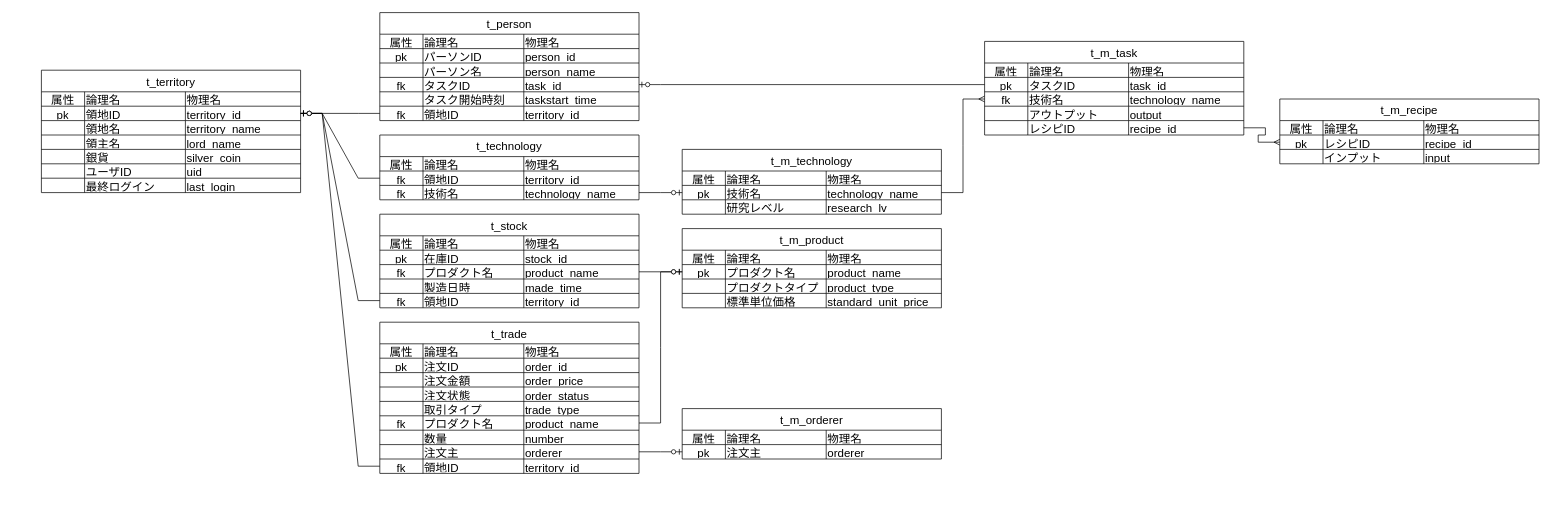
The draw.io diagram page "ER" (1 of 4) of table.drawio in T-Miyaoka/geeklog, before the edit. Source tidied: cells renumbered, new cells numbered last; positions are measured from the earlier drawing's top-left corner, leaving out a move shared by most shapes. Both pictures are drawn from the tidied source at 72%, with x=0, y=0 at pixel (41, 12).
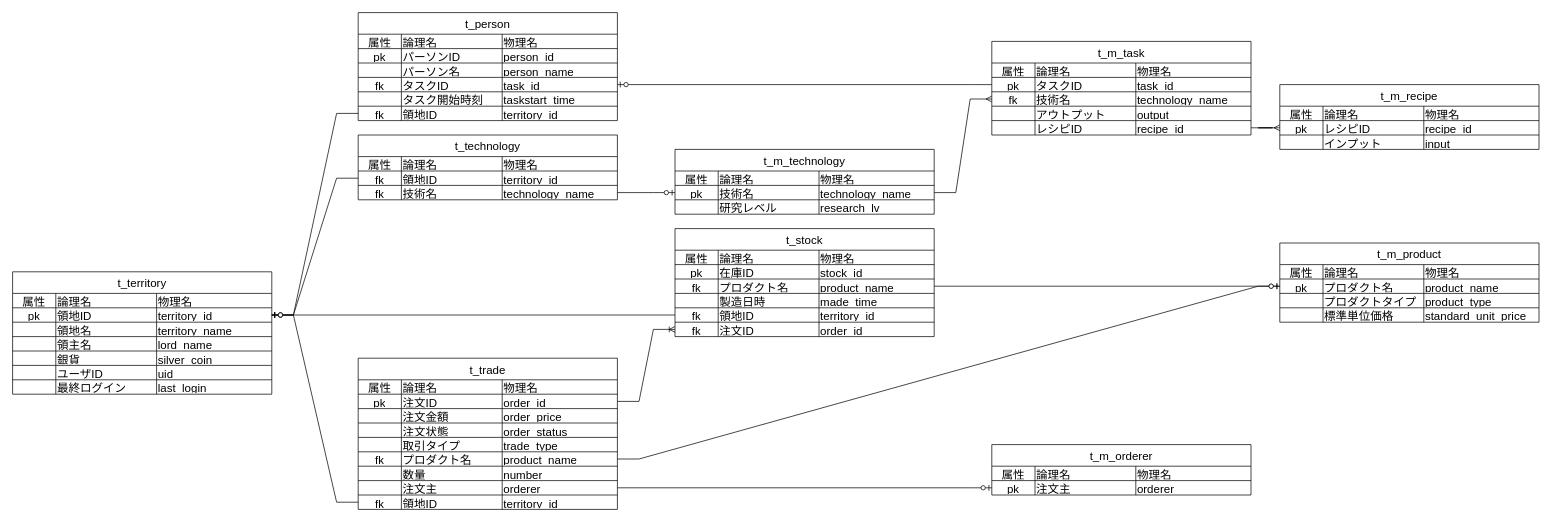
After the change.

The change refers to these unchanged cells:
```xml
<mxCell id="167" style="shape=tableRow;horizontal=0;startSize=0;swimlaneHead=0;swimlaneBody=0;strokeColor=inherit;top=0;left=0;bottom=0;right=0;fillColor=none;points=[[0,0.5],[1,0.5]];portConstraint=eastwest;fontSize=16;" parent="162" vertex="1">
  <mxGeometry y="50" width="360" height="20" as="geometry" />
</mxCell>
```

Diff of the diagram source:
```diff
@@
     <mxCell id="2" value="t_territory" style="shape=table;startSize=30;childLayout=tableLayout;strokeColor=default;fontSize=16;align=center;" parent="1" vertex="1">
-      <mxGeometry y="80" width="360" height="170" as="geometry" />
+      <mxGeometry x="-40" y="360" width="360" height="170" as="geometry" />
     </mxCell>
@@
     <mxCell id="31" value="t_m_technology" style="shape=table;startSize=30;childLayout=tableLayout;strokeColor=default;fontSize=16;align=center;" parent="1" vertex="1">
-      <mxGeometry x="890" y="190" width="360" height="90" as="geometry" />
+      <mxGeometry x="880" y="190" width="360" height="90" as="geometry" />
     </mxCell>
@@
     <mxCell id="45" value="t_technology" style="shape=table;startSize=30;childLayout=tableLayout;strokeColor=default;fontSize=16;align=center;" parent="1" vertex="1">
-      <mxGeometry x="470" y="170" width="360" height="90" as="geometry" />
+      <mxGeometry x="440" y="170" width="360" height="90" as="geometry" />
     </mxCell>
@@
     <mxCell id="60" value="t_stock" style="shape=table;startSize=30;childLayout=tableLayout;strokeColor=default;fontSize=16;align=center;" parent="1" vertex="1">
-      <mxGeometry x="470" y="280" width="360" height="130" as="geometry" />
+      <mxGeometry x="880" y="300" width="360" height="150" as="geometry" />
     </mxCell>
@@
+    <mxCell id="211" style="shape=tableRow;horizontal=0;startSize=0;swimlaneHead=0;swimlaneBody=0;strokeColor=inherit;top=0;left=0;bottom=0;right=0;fillColor=none;points=[[0,0.5],[1,0.5]];portConstraint=eastwest;fontSize=16;" parent="60" vertex="1">
+      <mxGeometry y="130" width="360" height="20" as="geometry" />
+    </mxCell>
+    <mxCell id="212" value="fk" style="shape=partialRectangle;html=1;whiteSpace=wrap;strokeColor=inherit;overflow=hidden;fillColor=none;top=0;left=0;bottom=0;right=0;fontSize=16;" parent="211" vertex="1">
+      <mxGeometry width="60" height="20" as="geometry" />
+    </mxCell>
+    <mxCell id="213" value="注文ID" style="shape=partialRectangle;html=1;whiteSpace=wrap;strokeColor=inherit;overflow=hidden;fillColor=none;top=0;left=0;bottom=0;right=0;fontSize=16;align=left;" parent="211" vertex="1">
+      <mxGeometry x="60" width="140" height="20" as="geometry" />
+    </mxCell>
+    <mxCell id="214" value="order_id" style="shape=partialRectangle;html=1;whiteSpace=wrap;strokeColor=inherit;overflow=hidden;fillColor=none;top=0;left=0;bottom=0;right=0;fontSize=16;align=left;" parent="211" vertex="1">
+      <mxGeometry x="200" width="160" height="20" as="geometry" />
+    </mxCell>
     <mxCell id="81" value="t_person" style="shape=table;startSize=30;childLayout=tableLayout;strokeColor=default;fontSize=16;align=center;" parent="1" vertex="1">
-      <mxGeometry x="470" width="360" height="150" as="geometry" />
+      <mxGeometry x="440" width="360" height="150" as="geometry" />
     </mxCell>
@@
     <mxCell id="107" value="t_m_recipe" style="shape=table;startSize=30;childLayout=tableLayout;strokeColor=default;fontSize=16;align=center;" parent="1" vertex="1">
-      <mxGeometry x="1720" y="120" width="360" height="90" as="geometry" />
+      <mxGeometry x="1720" y="100" width="360" height="90" as="geometry" />
     </mxCell>
@@
     <mxCell id="120" value="t_m_task" style="shape=table;startSize=30;childLayout=tableLayout;strokeColor=default;fontSize=16;align=center;" parent="1" vertex="1">
-      <mxGeometry x="1310" y="40" width="360" height="130" as="geometry" />
+      <mxGeometry x="1320" y="40" width="360" height="130" as="geometry" />
     </mxCell>
@@
     <mxCell id="144" value="t_m_product" style="shape=table;startSize=30;childLayout=tableLayout;strokeColor=default;fontSize=16;align=center;" parent="1" vertex="1">
-      <mxGeometry x="890" y="300" width="360" height="110" as="geometry" />
+      <mxGeometry x="1720" y="320" width="360" height="110" as="geometry" />
     </mxCell>
@@
     <mxCell id="162" value="t_trade" style="shape=table;startSize=30;childLayout=tableLayout;strokeColor=default;fontSize=16;align=center;" parent="1" vertex="1">
-      <mxGeometry x="470" y="430" width="360" height="210" as="geometry" />
+      <mxGeometry x="440" y="480" width="360" height="210" as="geometry" />
     </mxCell>
@@
     <mxCell id="201" value="t_m_orderer" style="shape=table;startSize=30;childLayout=tableLayout;strokeColor=default;fontSize=16;align=center;" parent="1" vertex="1">
-      <mxGeometry x="890" y="550" width="360" height="70" as="geometry" />
+      <mxGeometry x="1320" y="600" width="360" height="70" as="geometry" />
     </mxCell>
@@
+    <mxCell id="215" style="edgeStyle=entityRelationEdgeStyle;fontSize=12;html=1;endArrow=ERoneToMany;rounded=0;entryX=0;entryY=0.5;entryDx=0;entryDy=0;" parent="1" edge="1" source="167" target="211">
+      <mxGeometry relative="1" as="geometry" />
+    </mxCell>
```
